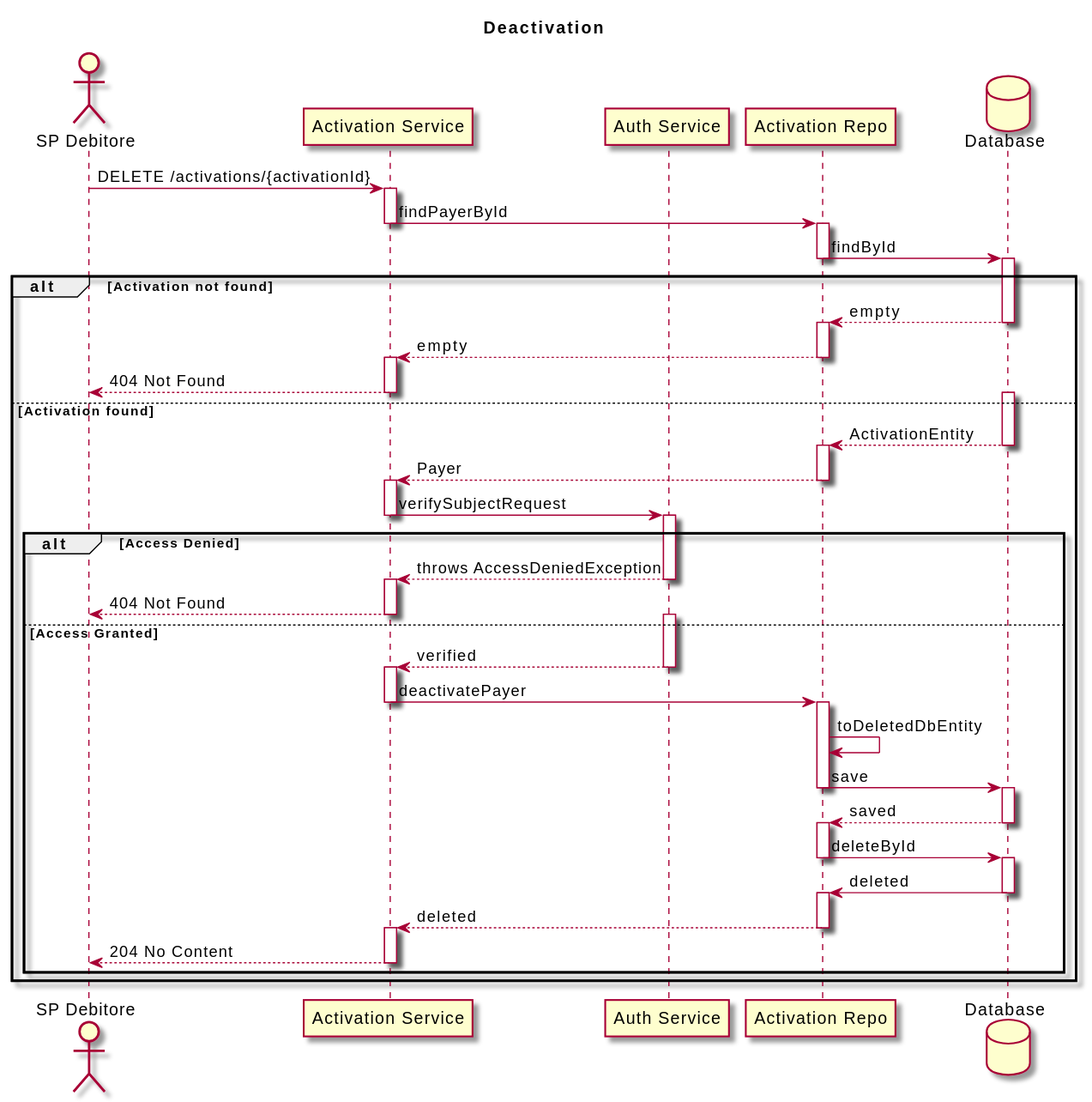
This is diagrams/deactivation.svg from pagopa/rtp-docs, a PlantUML export, as it was before one commit.
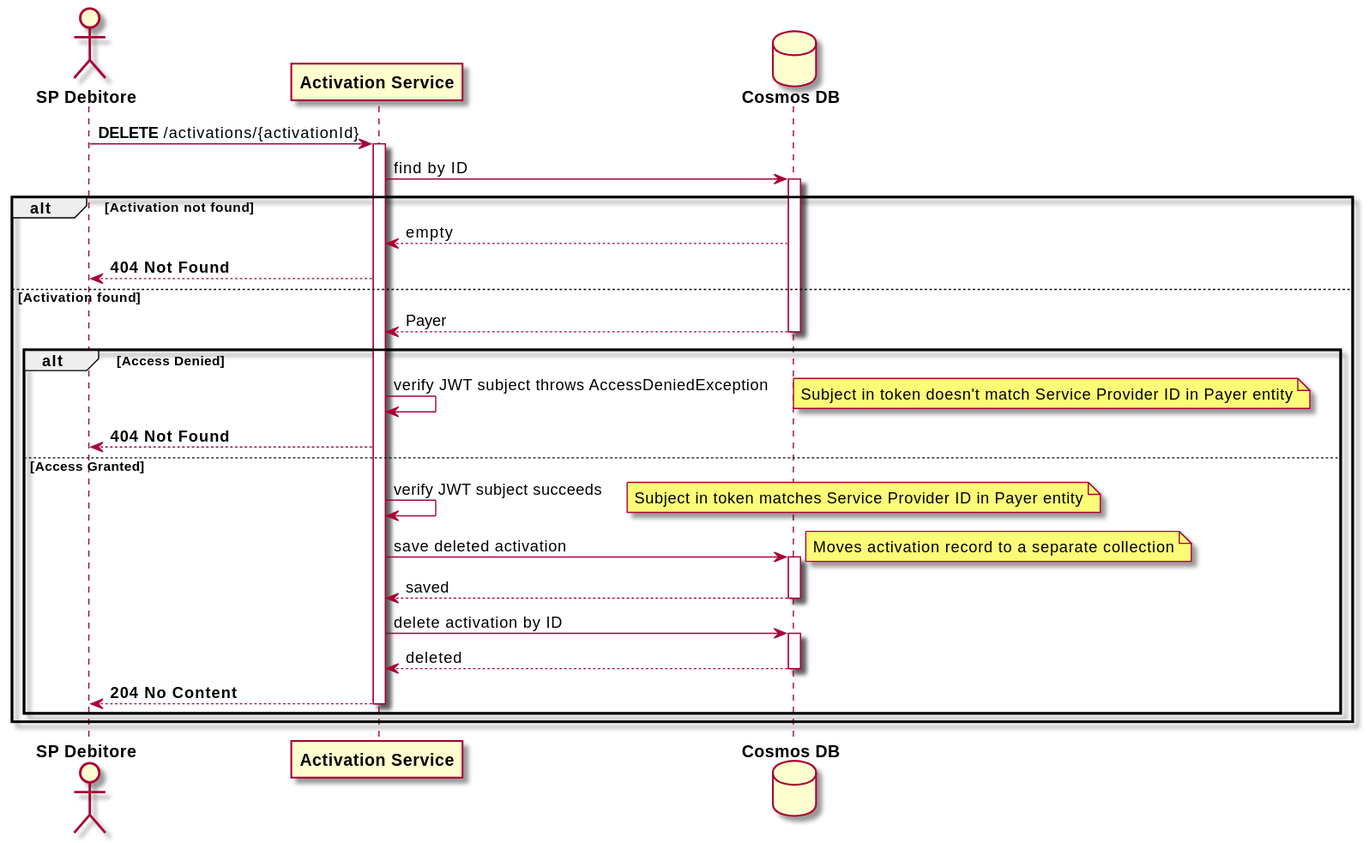
After the commit.

Commit message:
fix: [SRTP-508] update deactivation SVG file

The edit, as a diff of the source:
```diff
@@ -1,90 +1,40 @@
 @startuml
-title Deactivation
+skin rose
+actor "**SP Debitore**" as SPD
+participant "**Activation Service**" as AS
+database "**Cosmos DB**" as DB
 
-skin rose
-actor "SP Debitore" as SPD
-participant "Activation Service" as AS
-participant "Auth Service" as AUTH
-participant "Activation Repo" as AR
-database "Database" as DB
+SPD -> AS++: **DELETE** /activations/{activationId}
 
-SPD -> AS: DELETE /activations/{activationId}
-activate AS
-
-AS -> AR: findPayerById
-deactivate AS
-activate AR
-
-AR -> DB: findById
-deactivate AR
+AS -> DB: find by ID
 activate DB
 
-alt Activation not found
-    DB --> AR: empty
+alt **Activation not found**
+    DB --> AS: empty
+    AS --> SPD: **404 Not Found**
+
+else **Activation found**
+    DB --> AS: Payer
     deactivate DB
-    activate AR
 
-    AR --> AS: empty
-    deactivate AR
-    activate AS
+    alt **Access Denied**
+        AS -> AS: verify JWT subject throws AccessDeniedException
+        note right: Subject in token doesn't match Service Provider ID in Payer entity
+        AS --> SPD: **404 Not Found**
 
-    AS --> SPD: 404 Not Found
-    deactivate AS
+    else **Access Granted**
+        AS -> AS: verify JWT subject succeeds
+        note right: Subject in token matches Service Provider ID in Payer entity
 
-else Activation found
-    activate DB
-    DB --> AR: ActivationEntity
-    deactivate DB
-    activate AR
+        AS -> DB++: save deleted activation
+        note right: Moves activation record to a separate collection
 
-    AR --> AS: Payer
-    deactivate AR
-    activate AS
+        return saved
 
-    AS -> AUTH: verifySubjectRequest
-    deactivate AS
-    activate AUTH
+        AS -> DB++: delete activation by ID
+        return deleted
 
-    alt Access Denied
-        AUTH --> AS: throws AccessDeniedException
-        deactivate AUTH
-        activate AS
-
-        AS --> SPD: 404 Not Found
-        deactivate AS
-
-    else Access Granted
-    activate AUTH
-        AUTH --> AS: verified
-        deactivate AUTH
-        activate AS
-
-        AS -> AR: deactivatePayer
-        deactivate AS
-        activate AR
-
-        AR -> AR: toDeletedDbEntity
-        AR -> DB: save
-        deactivate AR
-        activate DB
-
-        DB --> AR: saved
-        deactivate DB
-        activate AR
-
-        AR -> DB: deleteById
-        deactivate AR
-        activate DB
-
-        DB -> AR: deleted
-        deactivate DB
-        activate AR
-
-        AR --> AS: deleted
-        deactivate AR
-        activate AS
-
-        AS --> SPD: 204 No Content
+        AS --> SPD: **204 No Content**
         deactivate AS
     end
 end
```
